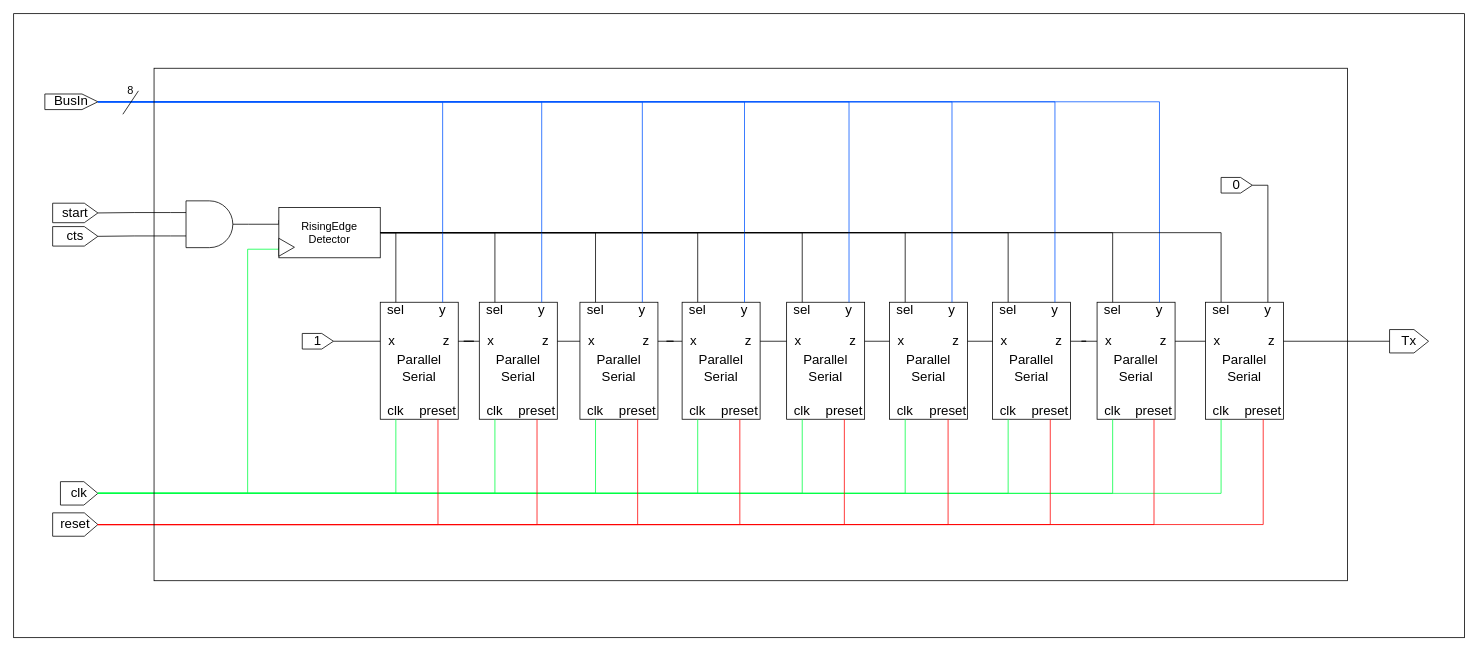
The draw.io diagram page "Serializer" (7 of 13) of Uart.drawio in FlavioRenzi/UART_Project, before the edit. Source tidied: cells renumbered, new cells numbered last; positions are measured from the earlier drawing's top-left corner, leaving out a move shared by most shapes. Both pictures are drawn from the tidied source at 78%, with x=0, y=0 at pixel (13, 13).
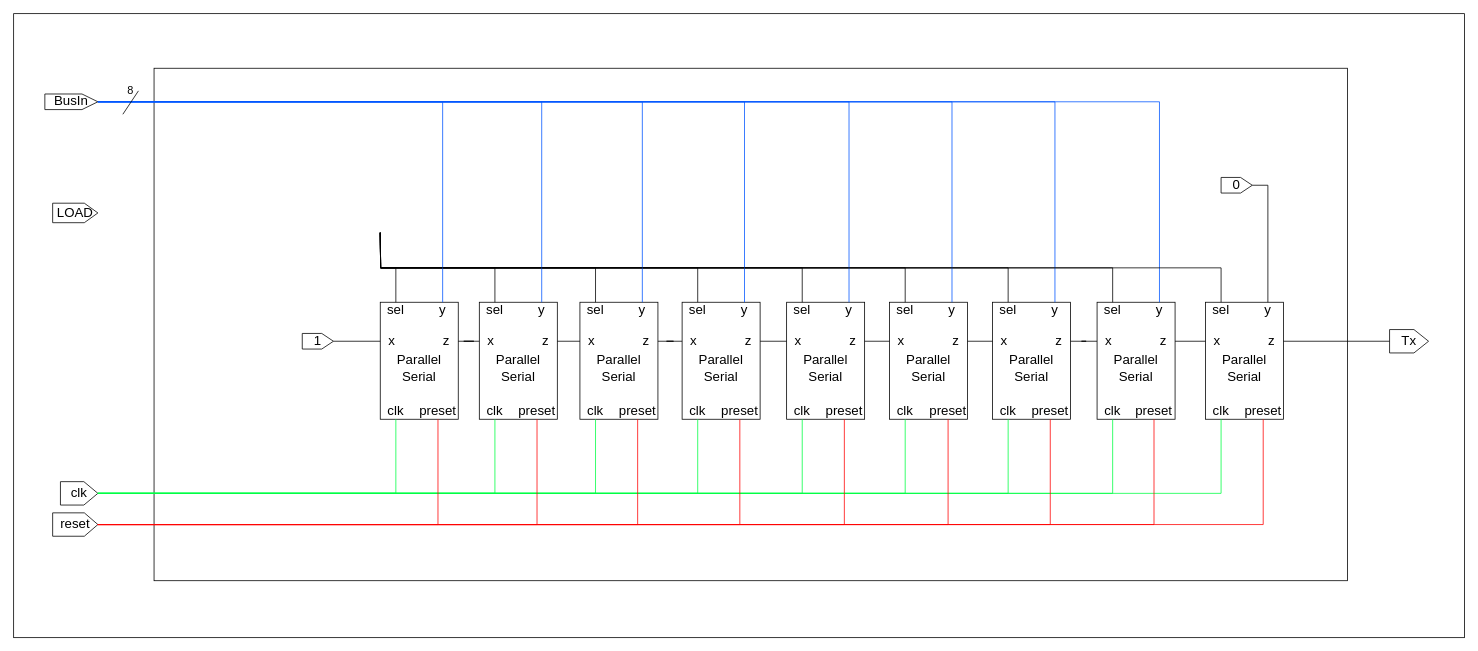
Above is the later version.

Unchanged cells that the change refers to:
```xml
<mxCell id="4" value="sel" style="text;html=1;strokeColor=none;fillColor=none;align=center;verticalAlign=middle;whiteSpace=wrap;rounded=0;fontSize=17;" parent="2" vertex="1">
  <mxGeometry width="40" height="20" as="geometry" />
</mxCell>
<mxCell id="13" value="sel" style="text;html=1;strokeColor=none;fillColor=none;align=center;verticalAlign=middle;whiteSpace=wrap;rounded=0;fontSize=17;" parent="11" vertex="1">
  <mxGeometry width="40" height="20" as="geometry" />
</mxCell>
<mxCell id="22" value="sel" style="text;html=1;strokeColor=none;fillColor=none;align=center;verticalAlign=middle;whiteSpace=wrap;rounded=0;fontSize=17;" parent="20" vertex="1">
  <mxGeometry width="40" height="20" as="geometry" />
</mxCell>
<mxCell id="31" value="sel" style="text;html=1;strokeColor=none;fillColor=none;align=center;verticalAlign=middle;whiteSpace=wrap;rounded=0;fontSize=17;" parent="29" vertex="1">
  <mxGeometry width="40" height="20" as="geometry" />
</mxCell>
<mxCell id="40" value="sel" style="text;html=1;strokeColor=none;fillColor=none;align=center;verticalAlign=middle;whiteSpace=wrap;rounded=0;fontSize=17;" parent="38" vertex="1">
  <mxGeometry width="40" height="20" as="geometry" />
</mxCell>
<mxCell id="49" value="sel" style="text;html=1;strokeColor=none;fillColor=none;align=center;verticalAlign=middle;whiteSpace=wrap;rounded=0;fontSize=17;" parent="47" vertex="1">
  <mxGeometry width="40" height="20" as="geometry" />
</mxCell>
<mxCell id="58" value="sel" style="text;html=1;strokeColor=none;fillColor=none;align=center;verticalAlign=middle;whiteSpace=wrap;rounded=0;fontSize=17;" parent="56" vertex="1">
  <mxGeometry width="40" height="20" as="geometry" />
</mxCell>
<mxCell id="67" value="sel" style="text;html=1;strokeColor=none;fillColor=none;align=center;verticalAlign=middle;whiteSpace=wrap;rounded=0;fontSize=17;" parent="65" vertex="1">
  <mxGeometry width="40" height="20" as="geometry" />
</mxCell>
<mxCell id="76" value="sel" style="text;html=1;strokeColor=none;fillColor=none;align=center;verticalAlign=middle;whiteSpace=wrap;rounded=0;fontSize=17;" parent="74" vertex="1">
  <mxGeometry width="40" height="20" as="geometry" />
</mxCell>
<mxCell id="103" value="clk" style="shape=offPageConnector;whiteSpace=wrap;html=1;rotation=0;size=0.375;direction=north;fontSize=17;" parent="1" vertex="1">
  <mxGeometry x="60" y="600" width="48" height="30" as="geometry" />
</mxCell>
```

Change to the diagram source:
```diff
@@
+    <mxCell id="140" style="rounded=0;whiteSpace=wrap;html=1;fontSize=17;fillColor=none;" parent="1" vertex="1">
+      <mxGeometry x="180" y="70" width="1530" height="657" as="geometry" />
+    </mxCell>
+    <mxCell id="141" style="rounded=0;whiteSpace=wrap;html=1;fontSize=17;fillColor=none;" parent="1" vertex="1">
+      <mxGeometry width="1860" height="800" as="geometry" />
+    </mxCell>
@@
-    <mxCell id="91" style="edgeStyle=orthogonalEdgeStyle;rounded=0;jettySize=auto;html=1;exitX=1;exitY=0.5;exitDx=0;exitDy=0;exitPerimeter=0;entryX=0;entryY=0.25;entryDx=0;entryDy=0;endArrow=none;endFill=0;fontSize=17;" parent="1" edge="1" source="94" target="144">
-      <mxGeometry relative="1" as="geometry">
-        <Array as="points">
-          <mxPoint x="340" y="270" />
-        </Array>
-      </mxGeometry>
-    </mxCell>
-    <mxCell id="92" style="edgeStyle=orthogonalEdgeStyle;rounded=0;jettySize=auto;html=1;exitX=0;exitY=0.75;exitDx=0;exitDy=0;exitPerimeter=0;entryX=0.5;entryY=1;entryDx=0;entryDy=0;endArrow=none;endFill=0;strokeColor=#000000;fontSize=17;" parent="1" edge="1" source="94" target="136">
-      <mxGeometry relative="1" as="geometry" />
-    </mxCell>
-    <mxCell id="93" style="edgeStyle=orthogonalEdgeStyle;rounded=0;jettySize=auto;html=1;exitX=0;exitY=0.25;exitDx=0;exitDy=0;exitPerimeter=0;entryX=0.5;entryY=1;entryDx=0;entryDy=0;endArrow=none;endFill=0;strokeColor=#000000;fontSize=17;" parent="1" edge="1" source="94" target="137">
-      <mxGeometry relative="1" as="geometry" />
-    </mxCell>
-    <mxCell id="94" style="verticalLabelPosition=bottom;shadow=0;dashed=0;align=center;html=1;verticalAlign=top;shape=mxgraph.electrical.logic_gates.logic_gate;operation=and;fillColor=#ffffff;fontSize=17;" parent="1" vertex="1">
-      <mxGeometry x="201" y="240" width="100" height="60" as="geometry" />
-    </mxCell>
-    <mxCell id="95" style="edgeStyle=orthogonalEdgeStyle;rounded=0;jettySize=auto;html=1;exitX=0.5;exitY=0;exitDx=0;exitDy=0;entryX=1;entryY=0.5;entryDx=0;entryDy=0;endArrow=none;endFill=0;fontSize=17;" parent="1" edge="1" source="13" target="144">
-      <mxGeometry relative="1" as="geometry" />
+    <mxCell id="95" style="edgeStyle=orthogonalEdgeStyle;rounded=0;jettySize=auto;html=1;exitX=0.5;exitY=0;exitDx=0;exitDy=0;entryX=1;entryY=0.5;entryDx=0;entryDy=0;endArrow=none;endFill=0;fontSize=17;" parent="1" edge="1" source="13">
+      <mxGeometry relative="1" as="geometry">
+        <mxPoint x="470" y="280.8" as="targetPoint" />
+      </mxGeometry>
     </mxCell>
-    <mxCell id="96" style="edgeStyle=orthogonalEdgeStyle;rounded=0;jettySize=auto;html=1;exitX=0.5;exitY=0;exitDx=0;exitDy=0;entryX=1;entryY=0.5;entryDx=0;entryDy=0;endArrow=none;endFill=0;fontSize=17;" parent="1" edge="1" source="22" target="144">
-      <mxGeometry relative="1" as="geometry" />
+    <mxCell id="96" style="edgeStyle=orthogonalEdgeStyle;rounded=0;jettySize=auto;html=1;exitX=0.5;exitY=0;exitDx=0;exitDy=0;entryX=1;entryY=0.5;entryDx=0;entryDy=0;endArrow=none;endFill=0;fontSize=17;" parent="1" edge="1" source="22">
+      <mxGeometry relative="1" as="geometry">
+        <mxPoint x="470" y="280.8" as="targetPoint" />
+      </mxGeometry>
     </mxCell>
-    <mxCell id="97" style="edgeStyle=orthogonalEdgeStyle;rounded=0;jettySize=auto;html=1;exitX=0.5;exitY=0;exitDx=0;exitDy=0;entryX=1;entryY=0.5;entryDx=0;entryDy=0;endArrow=none;endFill=0;fontSize=17;" parent="1" edge="1" source="31" target="144">
-      <mxGeometry relative="1" as="geometry" />
+    <mxCell id="97" style="edgeStyle=orthogonalEdgeStyle;rounded=0;jettySize=auto;html=1;exitX=0.5;exitY=0;exitDx=0;exitDy=0;entryX=1;entryY=0.5;entryDx=0;entryDy=0;endArrow=none;endFill=0;fontSize=17;" parent="1" edge="1" source="31">
+      <mxGeometry relative="1" as="geometry">
+        <mxPoint x="470" y="280.8" as="targetPoint" />
+      </mxGeometry>
     </mxCell>
-    <mxCell id="98" style="edgeStyle=orthogonalEdgeStyle;rounded=0;jettySize=auto;html=1;exitX=0.5;exitY=0;exitDx=0;exitDy=0;entryX=1;entryY=0.5;entryDx=0;entryDy=0;endArrow=none;endFill=0;fontSize=17;" parent="1" edge="1" source="40" target="144">
-      <mxGeometry relative="1" as="geometry" />
+    <mxCell id="98" style="edgeStyle=orthogonalEdgeStyle;rounded=0;jettySize=auto;html=1;exitX=0.5;exitY=0;exitDx=0;exitDy=0;entryX=1;entryY=0.5;entryDx=0;entryDy=0;endArrow=none;endFill=0;fontSize=17;" parent="1" edge="1" source="40">
+      <mxGeometry relative="1" as="geometry">
+        <mxPoint x="470" y="280.8" as="targetPoint" />
+      </mxGeometry>
     </mxCell>
-    <mxCell id="99" style="edgeStyle=orthogonalEdgeStyle;rounded=0;jettySize=auto;html=1;exitX=0.5;exitY=0;exitDx=0;exitDy=0;endArrow=none;endFill=0;entryX=1;entryY=0.5;entryDx=0;entryDy=0;fontSize=17;" parent="1" edge="1" source="49" target="144">
-      <mxGeometry relative="1" as="geometry" />
+    <mxCell id="99" style="edgeStyle=orthogonalEdgeStyle;rounded=0;jettySize=auto;html=1;exitX=0.5;exitY=0;exitDx=0;exitDy=0;endArrow=none;endFill=0;entryX=1;entryY=0.5;entryDx=0;entryDy=0;fontSize=17;" parent="1" edge="1" source="49">
+      <mxGeometry relative="1" as="geometry">
+        <mxPoint x="470" y="280.8" as="targetPoint" />
+      </mxGeometry>
     </mxCell>
-    <mxCell id="100" style="edgeStyle=orthogonalEdgeStyle;rounded=0;jettySize=auto;html=1;exitX=0.5;exitY=0;exitDx=0;exitDy=0;endArrow=none;endFill=0;entryX=1;entryY=0.5;entryDx=0;entryDy=0;fontSize=17;" parent="1" edge="1" source="58" target="144">
-      <mxGeometry relative="1" as="geometry" />
+    <mxCell id="100" style="edgeStyle=orthogonalEdgeStyle;rounded=0;jettySize=auto;html=1;exitX=0.5;exitY=0;exitDx=0;exitDy=0;endArrow=none;endFill=0;entryX=1;entryY=0.5;entryDx=0;entryDy=0;fontSize=17;" parent="1" edge="1" source="58">
+      <mxGeometry relative="1" as="geometry">
+        <mxPoint x="470" y="280.8" as="targetPoint" />
+      </mxGeometry>
     </mxCell>
-    <mxCell id="101" style="edgeStyle=orthogonalEdgeStyle;rounded=0;jettySize=auto;html=1;exitX=0.5;exitY=0;exitDx=0;exitDy=0;endArrow=none;endFill=0;entryX=1;entryY=0.5;entryDx=0;entryDy=0;fontSize=17;" parent="1" edge="1" source="67" target="144">
-      <mxGeometry relative="1" as="geometry" />
+    <mxCell id="101" style="edgeStyle=orthogonalEdgeStyle;rounded=0;jettySize=auto;html=1;exitX=0.5;exitY=0;exitDx=0;exitDy=0;endArrow=none;endFill=0;entryX=1;entryY=0.5;entryDx=0;entryDy=0;fontSize=17;" parent="1" edge="1" source="67">
+      <mxGeometry relative="1" as="geometry">
+        <mxPoint x="470" y="280.8" as="targetPoint" />
+      </mxGeometry>
     </mxCell>
-    <mxCell id="102" style="edgeStyle=orthogonalEdgeStyle;rounded=0;jettySize=auto;html=1;exitX=0.5;exitY=1;exitDx=0;exitDy=0;entryX=0;entryY=0.5;entryDx=0;entryDy=0;endArrow=none;endFill=0;strokeColor=#00FF44;fontSize=17;" parent="1" edge="1" source="103" target="145">
-      <mxGeometry relative="1" as="geometry">
-        <Array as="points">
-          <mxPoint x="300" y="615" />
-          <mxPoint x="300" y="302" />
-          <mxPoint x="340" y="302" />
-        </Array>
-      </mxGeometry>
-    </mxCell>
@@
-    <mxCell id="136" value="cts" style="shape=offPageConnector;whiteSpace=wrap;html=1;rotation=0;size=0.3;direction=north;fontSize=17;" parent="1" vertex="1">
-      <mxGeometry x="50" y="273" width="58" height="25" as="geometry" />
-    </mxCell>
-    <mxCell id="137" value="start" style="shape=offPageConnector;whiteSpace=wrap;html=1;rotation=0;size=0.3;direction=north;fontSize=17;" parent="1" vertex="1">
+    <mxCell id="137" value="LOAD" style="shape=offPageConnector;whiteSpace=wrap;html=1;rotation=0;size=0.3;direction=north;fontSize=17;" parent="1" vertex="1">
       <mxGeometry x="50" y="243" width="58" height="25" as="geometry" />
     </mxCell>
@@
-    <mxCell id="140" style="rounded=0;whiteSpace=wrap;html=1;fontSize=17;fillColor=none;" parent="1" vertex="1">
-      <mxGeometry x="180" y="70" width="1530" height="657" as="geometry" />
-    </mxCell>
-    <mxCell id="141" style="rounded=0;whiteSpace=wrap;html=1;fontSize=17;fillColor=none;" parent="1" vertex="1">
-      <mxGeometry width="1860" height="800" as="geometry" />
-    </mxCell>
@@
-    <mxCell id="144" value="RisingEdge&lt;br style=&quot;font-size: 14px;&quot;&gt;Detector" style="rounded=0;whiteSpace=wrap;html=1;fontSize=14;" parent="1" vertex="1">
-      <mxGeometry x="340" y="248.5" width="130" height="64.5" as="geometry" />
-    </mxCell>
-    <mxCell id="145" style="triangle;whiteSpace=wrap;html=1;fontSize=14;" parent="1" vertex="1">
-      <mxGeometry x="340" y="288" width="20" height="23" as="geometry" />
-    </mxCell>
-    <mxCell id="146" style="edgeStyle=orthogonalEdgeStyle;rounded=0;jettySize=auto;html=1;exitX=0.5;exitY=0;exitDx=0;exitDy=0;entryX=1;entryY=0.5;entryDx=0;entryDy=0;fontSize=14;endArrow=none;endFill=0;" parent="1" edge="1" source="4" target="144">
-      <mxGeometry relative="1" as="geometry" />
+    <mxCell id="146" style="edgeStyle=orthogonalEdgeStyle;rounded=0;jettySize=auto;html=1;exitX=0.5;exitY=0;exitDx=0;exitDy=0;entryX=1;entryY=0.5;entryDx=0;entryDy=0;fontSize=14;endArrow=none;endFill=0;" parent="1" edge="1" source="4">
+      <mxGeometry relative="1" as="geometry">
+        <mxPoint x="470" y="280.8" as="targetPoint" />
+      </mxGeometry>
     </mxCell>
-    <mxCell id="147" style="edgeStyle=orthogonalEdgeStyle;rounded=0;jettySize=auto;html=1;exitX=0.5;exitY=0;exitDx=0;exitDy=0;entryX=1;entryY=0.5;entryDx=0;entryDy=0;endArrow=none;endFill=0;" parent="1" edge="1" source="76" target="144">
-      <mxGeometry relative="1" as="geometry" />
+    <mxCell id="147" style="edgeStyle=orthogonalEdgeStyle;rounded=0;jettySize=auto;html=1;exitX=0.5;exitY=0;exitDx=0;exitDy=0;entryX=1;entryY=0.5;entryDx=0;entryDy=0;endArrow=none;endFill=0;" parent="1" edge="1" source="76">
+      <mxGeometry relative="1" as="geometry">
+        <mxPoint x="470" y="280.8" as="targetPoint" />
+      </mxGeometry>
     </mxCell>
```
